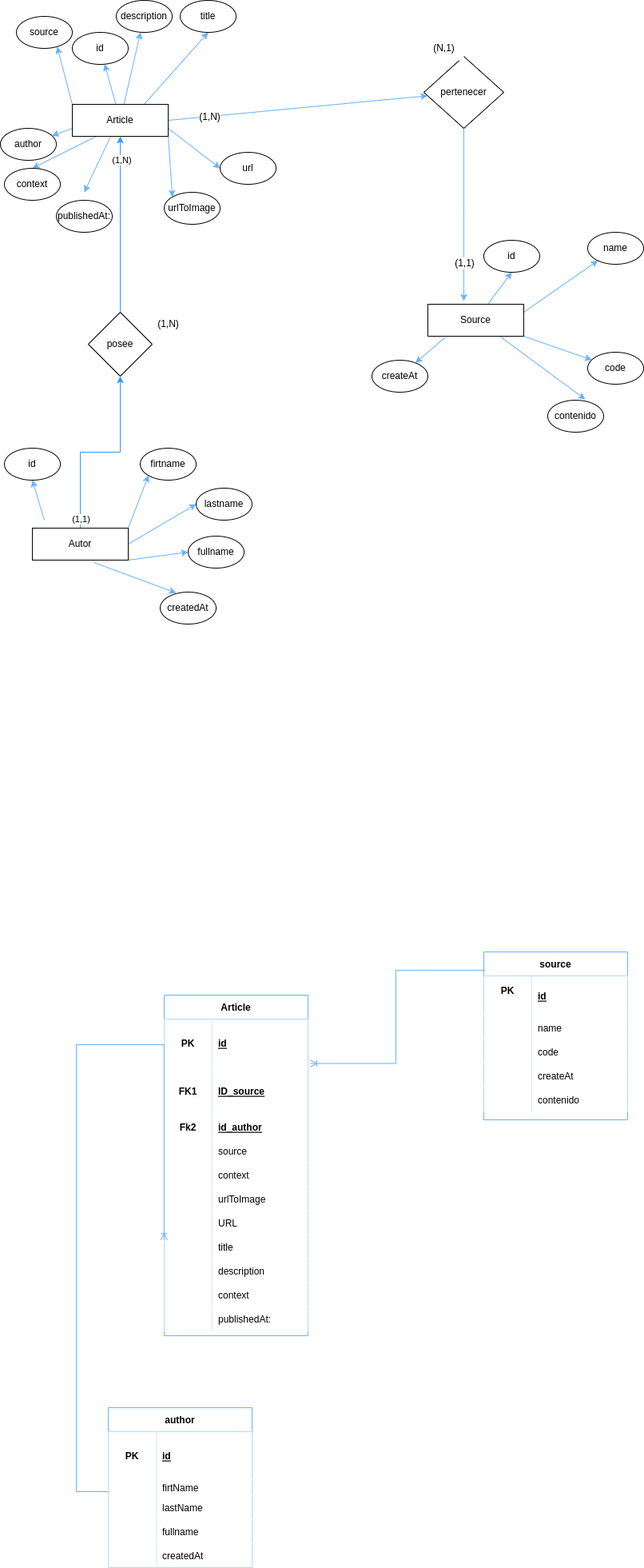
Above: info.png in santy-ramirez/basededatos (draw.io), before the change. Source tidied: cells renumbered, new cells last; positions are measured from the earlier drawing's top-left corner, leaving out a move shared by most shapes.
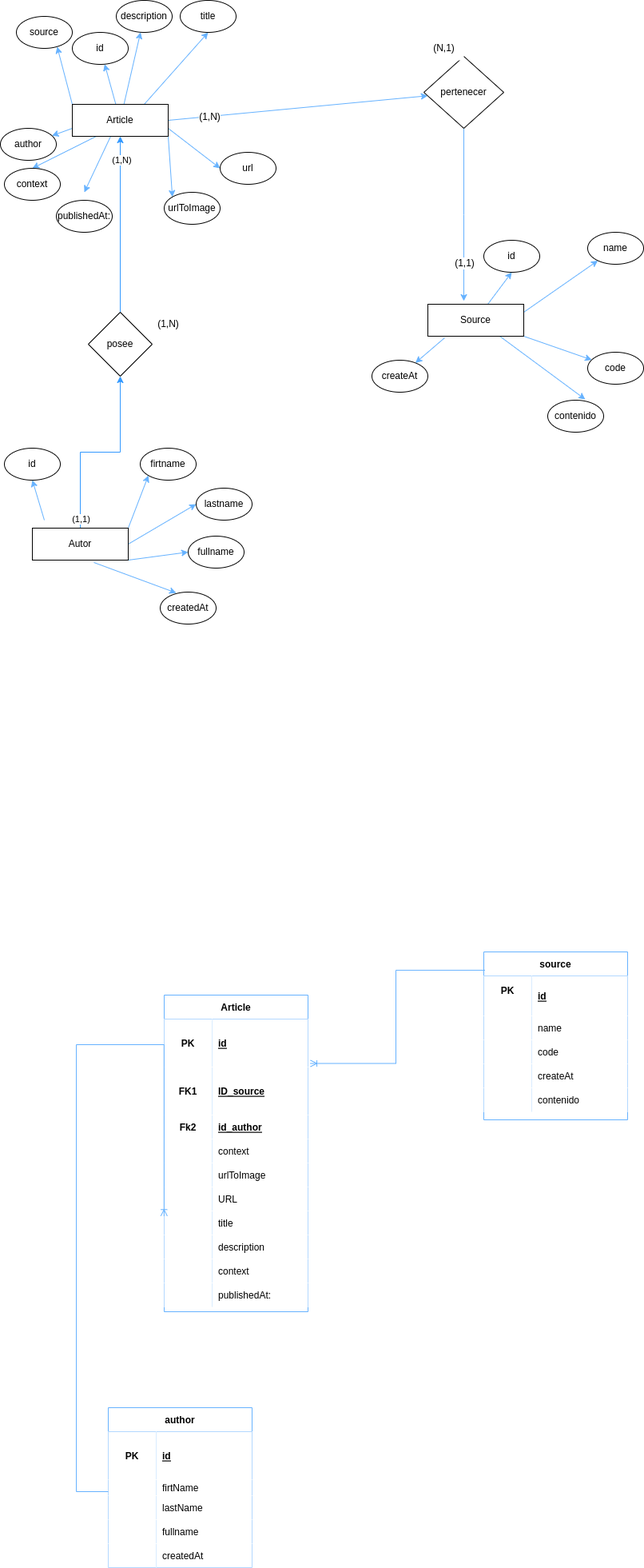
The same file after the commit.

The edit, as a diff of the source:
```diff
@@ -170,7 +170,7 @@
       <mxGeometry x="185" y="390" width="50" height="30" as="geometry" />
     </mxCell>
     <mxCell id="55" value="Article" style="shape=table;startSize=30;rowLines=0;fontStyle=1;align=center;strokeColor=#66B2FF;" parent="1" vertex="1">
-      <mxGeometry x="205" y="1244" width="180" height="426" as="geometry" />
+      <mxGeometry x="205" y="1244" width="180" height="396" as="geometry" />
     </mxCell>
     <mxCell id="56" style="shape=tableRow;horizontal=0;startSize=0;swimlaneHead=0;swimlaneBody=0;fillColor=none;points=[[0,0.5],[1,0.5]];portConstraint=eastwest;top=0;left=0;right=0;bottom=0;" parent="55" vertex="1">
       <mxGeometry y="30" width="180" height="60" as="geometry" />
@@ -199,17 +199,8 @@
     <mxCell id="64" value="id_author" style="shape=partialRectangle;fillColor=default;top=0;left=0;bottom=0;right=0;align=left;spacingLeft=6;overflow=hidden;fontStyle=5;strokeWidth=5;" parent="62" vertex="1">
       <mxGeometry x="60" width="120" height="30" as="geometry" />
     </mxCell>
-    <mxCell id="65" style="shape=tableRow;horizontal=0;startSize=0;swimlaneHead=0;swimlaneBody=0;fillColor=none;top=0;left=0;right=0;bottom=0;" parent="55" vertex="1">
-      <mxGeometry y="180" width="180" height="30" as="geometry" />
-    </mxCell>
-    <mxCell id="66" style="shape=partialRectangle;fillColor=default;top=0;left=0;bottom=0;right=0;overflow=hidden;" parent="65" vertex="1">
-      <mxGeometry width="60" height="30" as="geometry" />
-    </mxCell>
-    <mxCell id="67" value="source" style="shape=partialRectangle;fillColor=default;top=0;left=0;bottom=0;right=0;align=left;spacingLeft=6;overflow=hidden;" parent="65" vertex="1">
-      <mxGeometry x="60" width="120" height="30" as="geometry" />
-    </mxCell>
     <mxCell id="68" style="shape=tableRow;horizontal=0;startSize=0;swimlaneHead=0;swimlaneBody=0;fillColor=none;top=0;left=0;right=0;bottom=0;" parent="55" vertex="1">
-      <mxGeometry y="210" width="180" height="30" as="geometry" />
+      <mxGeometry y="180" width="180" height="30" as="geometry" />
     </mxCell>
     <mxCell id="69" style="shape=partialRectangle;fillColor=default;top=0;left=0;bottom=0;right=0;overflow=hidden;" parent="68" vertex="1">
       <mxGeometry width="60" height="30" as="geometry" />
@@ -218,7 +209,7 @@
       <mxGeometry x="60" width="120" height="30" as="geometry" />
     </mxCell>
     <mxCell id="71" style="shape=tableRow;horizontal=0;startSize=0;swimlaneHead=0;swimlaneBody=0;fillColor=none;top=0;left=0;right=0;bottom=0;" parent="55" vertex="1">
-      <mxGeometry y="240" width="180" height="30" as="geometry" />
+      <mxGeometry y="210" width="180" height="30" as="geometry" />
     </mxCell>
     <mxCell id="72" style="shape=partialRectangle;fillColor=default;top=0;left=0;bottom=0;right=0;overflow=hidden;" parent="71" vertex="1">
       <mxGeometry width="60" height="30" as="geometry" />
@@ -227,7 +218,7 @@
       <mxGeometry x="60" width="120" height="30" as="geometry" />
     </mxCell>
     <mxCell id="74" style="shape=tableRow;horizontal=0;startSize=0;swimlaneHead=0;swimlaneBody=0;fillColor=none;top=0;left=0;right=0;bottom=0;" parent="55" vertex="1">
-      <mxGeometry y="270" width="180" height="30" as="geometry" />
+      <mxGeometry y="240" width="180" height="30" as="geometry" />
     </mxCell>
     <mxCell id="75" style="shape=partialRectangle;fillColor=default;top=0;left=0;bottom=0;right=0;overflow=hidden;" parent="74" vertex="1">
       <mxGeometry width="60" height="30" as="geometry" />
@@ -236,7 +227,7 @@
       <mxGeometry x="60" width="120" height="30" as="geometry" />
     </mxCell>
     <mxCell id="77" style="shape=tableRow;horizontal=0;startSize=0;swimlaneHead=0;swimlaneBody=0;fillColor=none;points=[[0,0.5],[1,0.5]];portConstraint=eastwest;top=0;left=0;right=0;bottom=0;" parent="55" vertex="1">
-      <mxGeometry y="300" width="180" height="30" as="geometry" />
+      <mxGeometry y="270" width="180" height="30" as="geometry" />
     </mxCell>
     <mxCell id="78" style="shape=partialRectangle;fillColor=default;top=0;left=0;bottom=0;right=0;overflow=hidden;" parent="77" vertex="1">
       <mxGeometry width="60" height="30" as="geometry" />
@@ -245,7 +236,7 @@
       <mxGeometry x="60" width="120" height="30" as="geometry" />
     </mxCell>
     <mxCell id="80" style="shape=tableRow;horizontal=0;startSize=0;swimlaneHead=0;swimlaneBody=0;fillColor=none;top=0;left=0;right=0;bottom=0;" parent="55" vertex="1">
-      <mxGeometry y="330" width="180" height="30" as="geometry" />
+      <mxGeometry y="300" width="180" height="30" as="geometry" />
     </mxCell>
     <mxCell id="81" style="shape=partialRectangle;fillColor=default;top=0;left=0;bottom=0;right=0;overflow=hidden;" parent="80" vertex="1">
       <mxGeometry width="60" height="30" as="geometry" />
@@ -254,7 +245,7 @@
       <mxGeometry x="60" width="120" height="30" as="geometry" />
     </mxCell>
     <mxCell id="83" style="shape=tableRow;horizontal=0;startSize=0;swimlaneHead=0;swimlaneBody=0;fillColor=none;top=0;left=0;right=0;bottom=0;" parent="55" vertex="1">
-      <mxGeometry y="360" width="180" height="30" as="geometry" />
+      <mxGeometry y="330" width="180" height="30" as="geometry" />
     </mxCell>
     <mxCell id="84" style="shape=partialRectangle;fillColor=default;top=0;left=0;bottom=0;right=0;overflow=hidden;" parent="83" vertex="1">
       <mxGeometry width="60" height="30" as="geometry" />
@@ -263,7 +254,7 @@
       <mxGeometry x="60" width="120" height="30" as="geometry" />
     </mxCell>
     <mxCell id="86" style="shape=tableRow;horizontal=0;startSize=0;swimlaneHead=0;swimlaneBody=0;fillColor=none;top=0;left=0;right=0;bottom=0;" parent="55" vertex="1">
-      <mxGeometry y="390" width="180" height="30" as="geometry" />
+      <mxGeometry y="360" width="180" height="30" as="geometry" />
     </mxCell>
     <mxCell id="87" style="shape=partialRectangle;fillColor=default;top=0;left=0;bottom=0;right=0;overflow=hidden;" parent="86" vertex="1">
       <mxGeometry width="60" height="30" as="geometry" />
```
